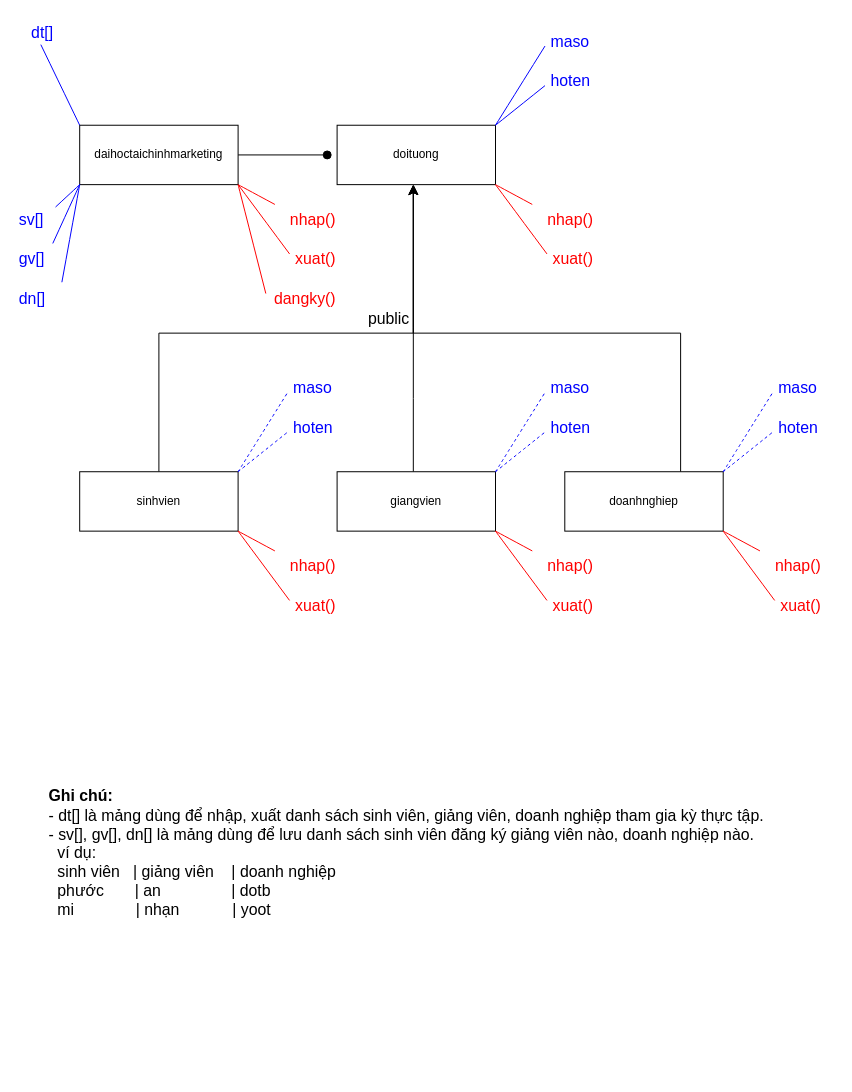
phuochogit/Quanlysinhvienthuchanhnghenghiep keeps this draw.io diagram as page "Sơ đồ lớp chi tiết" (2 of 2) of Quanlysinhvienthuchanhnghenghiep.drawio. Above is the earlier version. Source tidied: cells renumbered, new cells numbered last; positions are measured from the earlier drawing's top-left corner, leaving out a move shared by most shapes. Both pictures are drawn from the tidied source at 99%, with x=0, y=0 at pixel (17, 17).
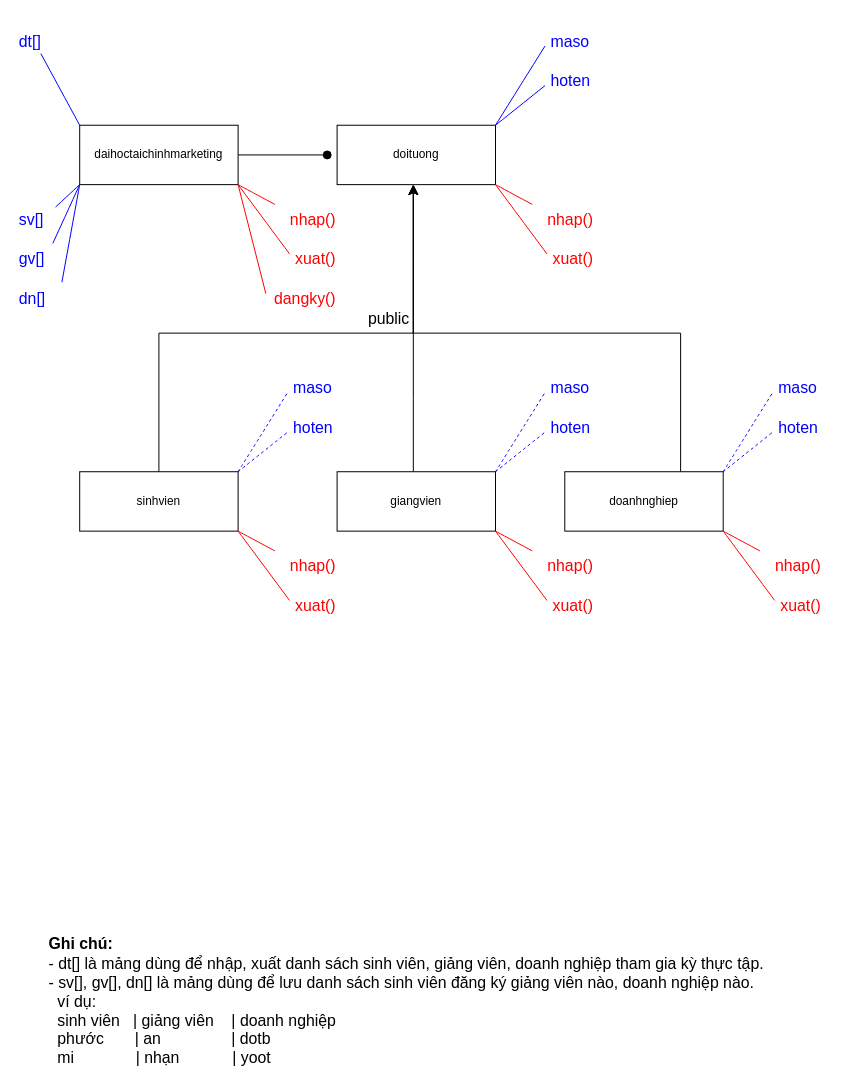
Above is the later version.

Diff of the diagram source:
```diff
@@
-    <mxCell id="13" value="&lt;font color=&quot;#0000ff&quot;&gt;dt[]&lt;/font&gt;" style="text;html=1;align=center;verticalAlign=middle;points=[];strokeColor=none;fillColor=none;fontSize=16;" parent="1" vertex="1">
-      <mxGeometry width="50" height="30" as="geometry" />
+    <mxCell id="13" value="&lt;font color=&quot;#0000ff&quot;&gt;dt[]&lt;/font&gt;" style="text;html=1;align=left;verticalAlign=middle;points=[];strokeColor=none;fillColor=none;fontSize=16;" parent="1" vertex="1">
+      <mxGeometry y="9" width="50" height="30" as="geometry" />
     </mxCell>
@@
     <mxCell id="15" value="&lt;b&gt;Ghi chú:&lt;/b&gt;&lt;div style=&quot;text-align: justify;&quot;&gt;- dt[] là mảng dùng để nhập, xuất danh sách sinh viên, giảng viên, doanh nghiệp tham gia kỳ thực tập.&lt;/div&gt;&lt;div style=&quot;text-align: justify;&quot;&gt;- sv[], gv[], dn[] là mảng dùng để lưu danh sách sinh viên đăng ký giảng viên nào, doanh nghiệp nào.&lt;/div&gt;&lt;div style=&quot;text-align: justify;&quot;&gt;&amp;nbsp; ví dụ:&lt;/div&gt;&lt;div style=&quot;text-align: justify;&quot;&gt;&amp;nbsp; sinh viên&amp;nbsp; &amp;nbsp;| giảng viên&amp;nbsp; &amp;nbsp; | doanh nghiệp&lt;/div&gt;&lt;div style=&quot;text-align: justify;&quot;&gt;&amp;nbsp;&amp;nbsp;&lt;span style=&quot;background-color: initial;&quot;&gt;phước&amp;nbsp; &amp;nbsp; &amp;nbsp; &amp;nbsp;| an&amp;nbsp; &amp;nbsp; &amp;nbsp; &amp;nbsp; &amp;nbsp; &amp;nbsp; &amp;nbsp; &amp;nbsp; | dotb&lt;/span&gt;&lt;/div&gt;&lt;div style=&quot;text-align: justify;&quot;&gt;&amp;nbsp; mi&amp;nbsp; &amp;nbsp; &amp;nbsp; &amp;nbsp; &amp;nbsp; &amp;nbsp; &amp;nbsp; | nhạn&amp;nbsp; &amp;nbsp; &amp;nbsp; &amp;nbsp; &amp;nbsp; &amp;nbsp; | yoot&lt;span style=&quot;background-color: initial;&quot;&gt;&lt;br&gt;&lt;/span&gt;&lt;/div&gt;" style="text;html=1;align=left;verticalAlign=middle;strokeColor=none;fillColor=none;fontSize=16;" parent="1" vertex="1">
-      <mxGeometry x="30" y="769" width="750" height="150" as="geometry" />
+      <mxGeometry x="30" y="919" width="750" height="150" as="geometry" />
     </mxCell>
```
